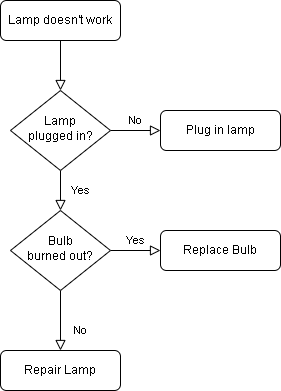
Before: Activity-diagrams/activity-diagram-class-creation.drawio.png, a diagram exported from draw.io (LeandroBakollari/learning-platform). Source tidied: cells renumbered, new cells last; positions are measured from the earlier drawing's top-left corner, leaving out a move shared by most shapes.
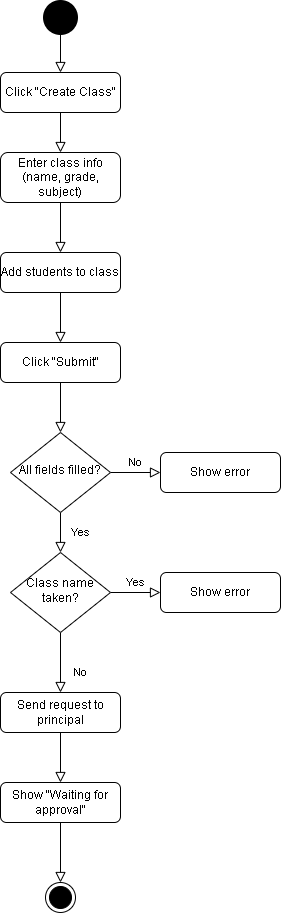
After the commit.

What changed in the source:
```diff
@@ -5,7 +5,7 @@
     <mxCell id="2" style="rounded=0;html=1;jettySize=auto;fontSize=11;endArrow=block;endFill=0;endSize=8;strokeWidth=1;shadow=0;labelBackgroundColor=none;edgeStyle=orthogonalEdgeStyle;" parent="1" edge="1" source="3" target="6">
       <mxGeometry relative="1" as="geometry" />
     </mxCell>
-    <mxCell id="3" value="Lamp doesn't work" style="rounded=1;whiteSpace=wrap;html=1;fontSize=12;glass=0;strokeWidth=1;shadow=0;" parent="1" vertex="1">
+    <mxCell id="3" value="Click &quot;Submit&quot;" style="rounded=1;whiteSpace=wrap;html=1;fontSize=12;glass=0;strokeWidth=1;shadow=0;" parent="1" vertex="1">
       <mxGeometry width="120" height="40" as="geometry" />
     </mxCell>
     <mxCell id="4" value="Yes" style="rounded=0;html=1;jettySize=auto;fontSize=11;endArrow=block;endFill=0;endSize=8;strokeWidth=1;shadow=0;labelBackgroundColor=none;edgeStyle=orthogonalEdgeStyle;" parent="1" edge="1" source="6" target="10">
@@ -14,10 +14,10 @@
     <mxCell id="5" value="No" style="edgeStyle=orthogonalEdgeStyle;rounded=0;html=1;jettySize=auto;fontSize=11;endArrow=block;endFill=0;endSize=8;strokeWidth=1;shadow=0;labelBackgroundColor=none;" parent="1" edge="1" source="6" target="7">
       <mxGeometry y="10" relative="1" as="geometry" />
     </mxCell>
-    <mxCell id="6" value="Lamp&lt;br&gt;plugged in?" style="rhombus;whiteSpace=wrap;html=1;shadow=0;fontFamily=Helvetica;fontSize=12;align=center;strokeWidth=1;spacing=6;spacingTop=-4;" parent="1" vertex="1">
+    <mxCell id="6" value="All fields filled?" style="rhombus;whiteSpace=wrap;html=1;shadow=0;fontFamily=Helvetica;fontSize=12;align=center;strokeWidth=1;spacing=6;spacingTop=-4;" parent="1" vertex="1">
       <mxGeometry x="10" y="90" width="100" height="80" as="geometry" />
     </mxCell>
-    <mxCell id="7" value="Plug in lamp" style="rounded=1;whiteSpace=wrap;html=1;fontSize=12;glass=0;strokeWidth=1;shadow=0;" parent="1" vertex="1">
+    <mxCell id="7" value="Show error" style="rounded=1;whiteSpace=wrap;html=1;fontSize=12;glass=0;strokeWidth=1;shadow=0;" parent="1" vertex="1">
       <mxGeometry x="160" y="110" width="120" height="40" as="geometry" />
     </mxCell>
     <mxCell id="8" value="No" style="rounded=0;html=1;jettySize=auto;fontSize=11;endArrow=block;endFill=0;endSize=8;strokeWidth=1;shadow=0;labelBackgroundColor=none;edgeStyle=orthogonalEdgeStyle;" parent="1" edge="1" source="10" target="11">
@@ -26,14 +26,50 @@
     <mxCell id="9" value="Yes" style="edgeStyle=orthogonalEdgeStyle;rounded=0;html=1;jettySize=auto;fontSize=11;endArrow=block;endFill=0;endSize=8;strokeWidth=1;shadow=0;labelBackgroundColor=none;" parent="1" edge="1" source="10" target="12">
       <mxGeometry y="10" relative="1" as="geometry" />
     </mxCell>
-    <mxCell id="10" value="Bulb&lt;br&gt;burned out?" style="rhombus;whiteSpace=wrap;html=1;shadow=0;fontFamily=Helvetica;fontSize=12;align=center;strokeWidth=1;spacing=6;spacingTop=-4;" parent="1" vertex="1">
+    <mxCell id="10" value="Class name taken?" style="rhombus;whiteSpace=wrap;html=1;shadow=0;fontFamily=Helvetica;fontSize=12;align=center;strokeWidth=1;spacing=6;spacingTop=-4;" parent="1" vertex="1">
       <mxGeometry x="10" y="210" width="100" height="80" as="geometry" />
     </mxCell>
-    <mxCell id="11" value="Repair Lamp" style="rounded=1;whiteSpace=wrap;html=1;fontSize=12;glass=0;strokeWidth=1;shadow=0;" parent="1" vertex="1">
+    <mxCell id="11" value="Send request to principal" style="rounded=1;whiteSpace=wrap;html=1;fontSize=12;glass=0;strokeWidth=1;shadow=0;" parent="1" vertex="1">
       <mxGeometry y="350" width="120" height="40" as="geometry" />
     </mxCell>
-    <mxCell id="12" value="Replace Bulb" style="rounded=1;whiteSpace=wrap;html=1;fontSize=12;glass=0;strokeWidth=1;shadow=0;" parent="1" vertex="1">
+    <mxCell id="12" value="Show error" style="rounded=1;whiteSpace=wrap;html=1;fontSize=12;glass=0;strokeWidth=1;shadow=0;" parent="1" vertex="1">
       <mxGeometry x="160" y="230" width="120" height="40" as="geometry" />
     </mxCell>
+    <mxCell id="13" style="rounded=0;html=1;jettySize=auto;fontSize=11;endArrow=block;endFill=0;endSize=8;strokeWidth=1;shadow=0;labelBackgroundColor=none;edgeStyle=orthogonalEdgeStyle;" parent="1" edge="1" source="14" target="3">
+      <mxGeometry relative="1" as="geometry" />
+    </mxCell>
+    <mxCell id="14" value="Add students to class" style="rounded=1;whiteSpace=wrap;html=1;fontSize=12;glass=0;strokeWidth=1;shadow=0;" parent="1" vertex="1">
+      <mxGeometry y="-90" width="120" height="40" as="geometry" />
+    </mxCell>
+    <mxCell id="15" style="rounded=0;html=1;jettySize=auto;fontSize=11;endArrow=block;endFill=0;endSize=8;strokeWidth=1;shadow=0;labelBackgroundColor=none;edgeStyle=orthogonalEdgeStyle;entryX=0.5;entryY=0;entryDx=0;entryDy=0;" parent="1" edge="1" source="16" target="14">
+      <mxGeometry relative="1" as="geometry" />
+    </mxCell>
+    <mxCell id="16" value="Enter class info (name, grade, subject)" style="rounded=1;whiteSpace=wrap;html=1;fontSize=12;glass=0;strokeWidth=1;shadow=0;" parent="1" vertex="1">
+      <mxGeometry y="-190" width="120" height="50" as="geometry" />
+    </mxCell>
+    <mxCell id="17" style="rounded=0;html=1;jettySize=auto;fontSize=11;endArrow=block;endFill=0;endSize=8;strokeWidth=1;shadow=0;labelBackgroundColor=none;edgeStyle=orthogonalEdgeStyle;entryX=0.5;entryY=0;entryDx=0;entryDy=0;" parent="1" edge="1" source="18" target="16">
+      <mxGeometry relative="1" as="geometry" />
+    </mxCell>
+    <mxCell id="18" value="Click &quot;Create Class&quot;" style="rounded=1;whiteSpace=wrap;html=1;fontSize=12;glass=0;strokeWidth=1;shadow=0;" parent="1" vertex="1">
+      <mxGeometry y="-270" width="120" height="40" as="geometry" />
+    </mxCell>
+    <mxCell id="19" style="rounded=0;html=1;jettySize=auto;fontSize=11;endArrow=block;endFill=0;endSize=8;strokeWidth=1;shadow=0;labelBackgroundColor=none;edgeStyle=orthogonalEdgeStyle;entryX=0.5;entryY=0;entryDx=0;entryDy=0;" parent="1" edge="1" source="20" target="22">
+      <mxGeometry relative="1" as="geometry" />
+    </mxCell>
+    <mxCell id="20" value="Show &quot;Waiting for approval&quot;" style="rounded=1;whiteSpace=wrap;html=1;fontSize=12;glass=0;strokeWidth=1;shadow=0;" parent="1" vertex="1">
+      <mxGeometry y="440" width="120" height="40" as="geometry" />
+    </mxCell>
+    <mxCell id="21" style="rounded=0;html=1;jettySize=auto;fontSize=11;endArrow=block;endFill=0;endSize=8;strokeWidth=1;shadow=0;labelBackgroundColor=none;edgeStyle=orthogonalEdgeStyle;" parent="1" edge="1" source="11" target="20">
+      <mxGeometry relative="1" as="geometry" />
+    </mxCell>
+    <mxCell id="22" style="ellipse;html=1;shape=endState;fillColor=#000000;strokeColor=#000000;" parent="1" vertex="1">
+      <mxGeometry x="45" y="540" width="30" height="30" as="geometry" />
+    </mxCell>
+    <mxCell id="23" style="ellipse;html=1;shape=endState;fillColor=#000000;strokeColor=#000000;strokeWidth=5;" parent="1" vertex="1">
+      <mxGeometry x="45" y="-340" width="30" height="30" as="geometry" />
+    </mxCell>
+    <mxCell id="24" style="rounded=0;html=1;jettySize=auto;fontSize=11;endArrow=block;endFill=0;endSize=8;strokeWidth=1;shadow=0;labelBackgroundColor=none;edgeStyle=orthogonalEdgeStyle;" parent="1" edge="1" source="23" target="18">
+      <mxGeometry relative="1" as="geometry" />
+    </mxCell>
   </root>
 </mxGraphModel>
```
